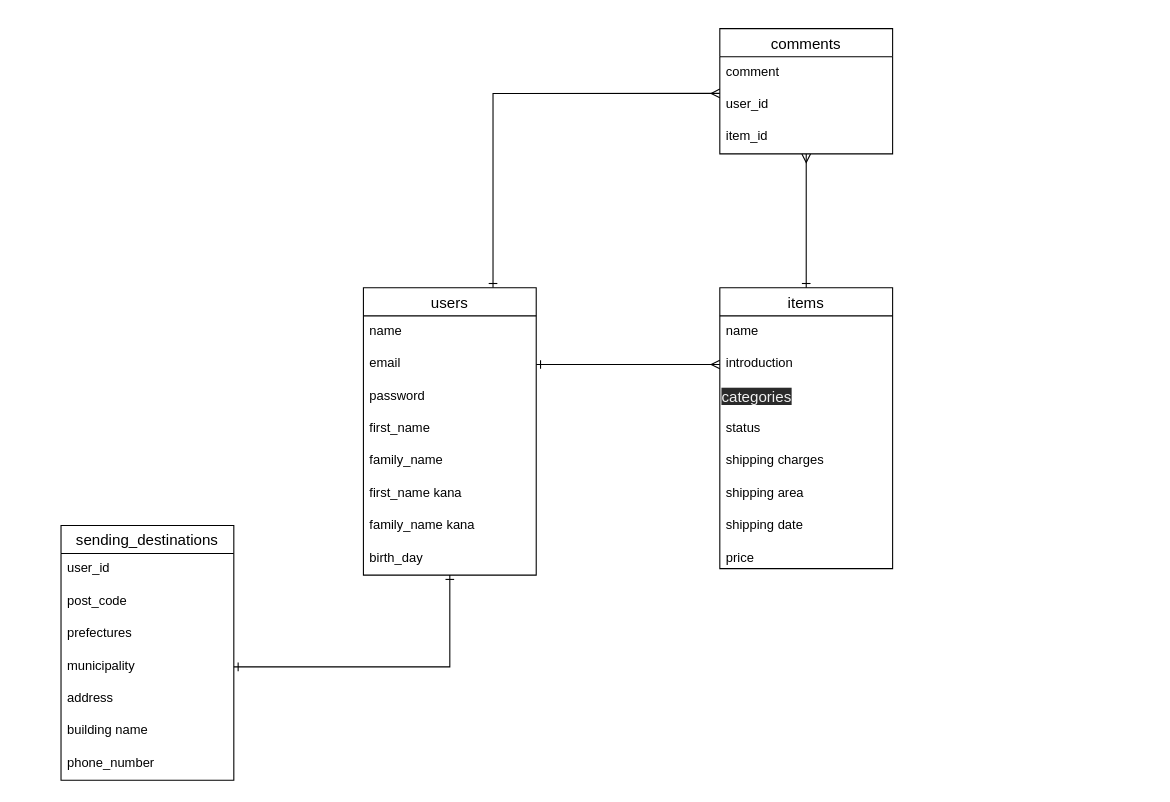
This is ER.dio from nitou0414/furima-29572, a draw.io file, before an edit. Source tidied: cells renumbered, new cells numbered last; positions are measured from the earlier drawing's top-left corner, leaving out a move shared by most shapes. Both pictures are drawn from the tidied source at 108%, with x=0, y=0 at pixel (60, 28).
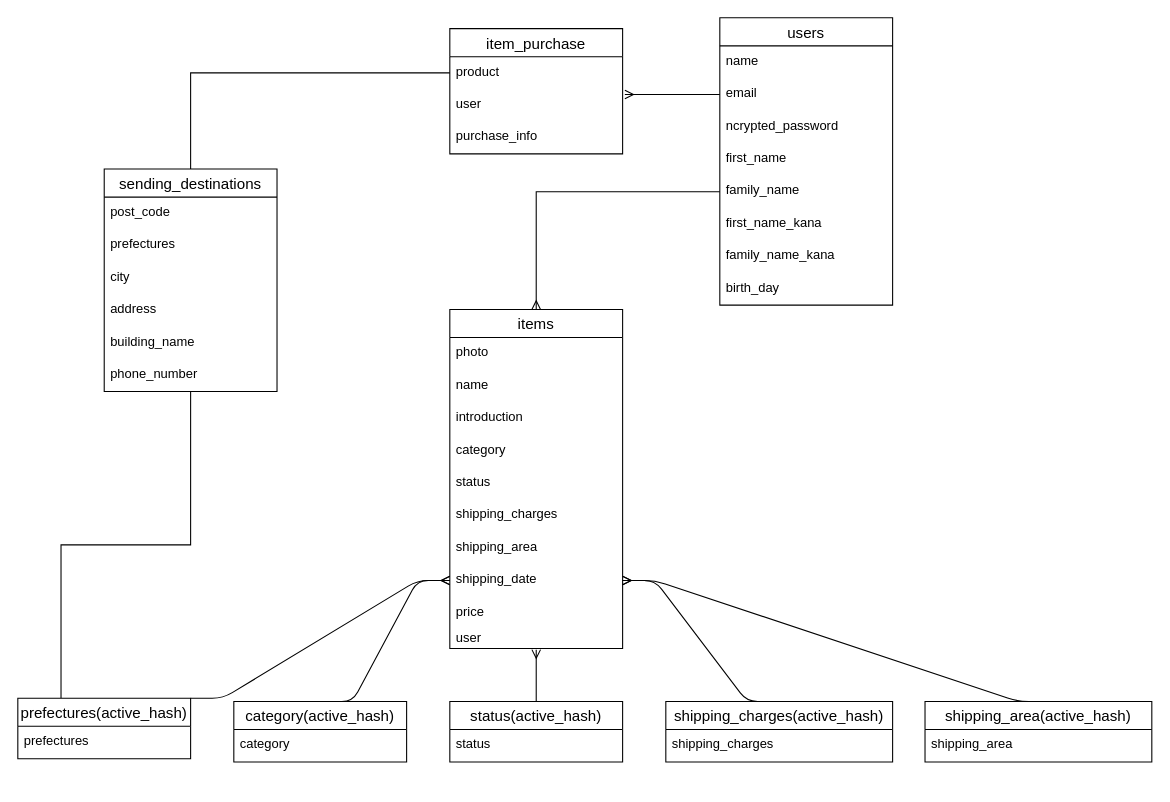
The same diagram, later.

Commit message (it also covers changes not shown here):
修正しました　2

The change refers to these unchanged cells:
```xml
<mxCell id="6" value="email" style="text;strokeColor=none;fillColor=none;spacingLeft=4;spacingRight=4;overflow=hidden;points=[[0,0.5],[1,0.5]];portConstraint=eastwest;fontSize=12;" parent="4" vertex="1">
  <mxGeometry y="56" width="160" height="30" as="geometry" />
</mxCell>
<mxCell id="9" value="family_name" style="text;strokeColor=none;fillColor=none;spacingLeft=4;spacingRight=4;overflow=hidden;points=[[0,0.5],[1,0.5]];portConstraint=eastwest;fontSize=12;" parent="4" vertex="1">
  <mxGeometry y="146" width="160" height="30" as="geometry" />
</mxCell>
```

Change to the diagram source:
```diff
@@
-    <mxCell id="2" style="edgeStyle=orthogonalEdgeStyle;rounded=0;jettySize=auto;html=1;exitX=0.75;exitY=0;exitDx=0;exitDy=0;entryX=0;entryY=0.133;entryDx=0;entryDy=0;entryPerimeter=0;startArrow=ERone;startFill=0;endArrow=ERmany;endFill=0;" parent="1" edge="1" source="4" target="26">
-      <mxGeometry relative="1" as="geometry" />
-    </mxCell>
-    <mxCell id="3" style="edgeStyle=orthogonalEdgeStyle;rounded=0;jettySize=auto;html=1;entryX=1;entryY=0.5;entryDx=0;entryDy=0;startArrow=ERone;startFill=0;endArrow=ERone;endFill=0;" parent="1" edge="1" source="4" target="32">
-      <mxGeometry relative="1" as="geometry" />
-    </mxCell>
     <mxCell id="4" value="users" style="swimlane;fontStyle=0;horizontal=1;startSize=26;align=center;fontSize=14;" parent="1" vertex="1">
-      <mxGeometry x="280" y="240" width="160" height="266" as="geometry" />
+      <mxGeometry x="610" y="-10" width="160" height="266" as="geometry" />
     </mxCell>
@@
-    <mxCell id="7" value="password" style="text;strokeColor=none;fillColor=none;spacingLeft=4;spacingRight=4;overflow=hidden;fontSize=12;" parent="4" vertex="1">
+    <mxCell id="7" value="ncrypted_password" style="text;strokeColor=none;fillColor=none;spacingLeft=4;spacingRight=4;overflow=hidden;fontSize=12;" parent="4" vertex="1">
       <mxGeometry y="86" width="160" height="30" as="geometry" />
     </mxCell>
@@
-    <mxCell id="10" value="first_name kana" style="text;strokeColor=none;fillColor=none;spacingLeft=4;spacingRight=4;overflow=hidden;fontSize=12;" parent="4" vertex="1">
+    <mxCell id="10" value="first_name_kana" style="text;strokeColor=none;fillColor=none;spacingLeft=4;spacingRight=4;overflow=hidden;fontSize=12;" parent="4" vertex="1">
       <mxGeometry y="176" width="160" height="30" as="geometry" />
     </mxCell>
-    <mxCell id="11" value="family_name kana" style="text;strokeColor=none;fillColor=none;spacingLeft=4;spacingRight=4;overflow=hidden;fontSize=12;" parent="4" vertex="1">
+    <mxCell id="11" value="family_name_kana" style="text;strokeColor=none;fillColor=none;spacingLeft=4;spacingRight=4;overflow=hidden;fontSize=12;" parent="4" vertex="1">
       <mxGeometry y="206" width="160" height="30" as="geometry" />
     </mxCell>
@@
     <mxCell id="13" value="items" style="swimlane;fontStyle=0;horizontal=1;startSize=26;align=center;fontSize=14;" parent="1" vertex="1">
-      <mxGeometry x="610" y="240" width="160" height="260" as="geometry" />
+      <mxGeometry x="360" y="260" width="160" height="314" as="geometry" />
     </mxCell>
-    <mxCell id="14" value="name" style="text;strokeColor=none;fillColor=none;spacingLeft=4;spacingRight=4;overflow=hidden;fontSize=12;" parent="13" vertex="1">
+    <mxCell id="14" value="photo" style="text;strokeColor=none;fillColor=none;spacingLeft=4;spacingRight=4;overflow=hidden;fontSize=12;" parent="13" vertex="1">
       <mxGeometry y="26" width="160" height="30" as="geometry" />
     </mxCell>
+    <mxCell id="36" value="name" style="text;strokeColor=none;fillColor=none;spacingLeft=4;spacingRight=4;overflow=hidden;fontSize=12;" parent="13" vertex="1">
+      <mxGeometry y="56" width="160" height="30" as="geometry" />
+    </mxCell>
     <mxCell id="15" value="introduction" style="text;strokeColor=none;fillColor=none;spacingLeft=4;spacingRight=4;overflow=hidden;points=[[0,0.5],[1,0.5]];portConstraint=eastwest;fontSize=12;" parent="13" vertex="1">
-      <mxGeometry y="56" width="160" height="30" as="geometry" />
+      <mxGeometry y="86" width="160" height="30" as="geometry" />
     </mxCell>
-    <mxCell id="16" value="&lt;span style=&quot;color: rgb(240, 240, 240); font-family: helvetica; font-size: 14px; font-style: normal; font-weight: 400; letter-spacing: normal; text-align: center; text-indent: 0px; text-transform: none; word-spacing: 0px; background-color: rgb(42, 42, 42); display: inline; float: none;&quot;&gt;categories&lt;/span&gt;" style="text;whiteSpace=wrap;html=1;" parent="13" vertex="1">
-      <mxGeometry y="86" width="160" height="30" as="geometry" />
-    </mxCell>
-    <mxCell id="17" value="status" style="text;strokeColor=none;fillColor=none;spacingLeft=4;spacingRight=4;overflow=hidden;fontSize=12;" parent="13" vertex="1">
+    <mxCell id="17" value="category" style="text;strokeColor=none;fillColor=none;spacingLeft=4;spacingRight=4;overflow=hidden;fontSize=12;" parent="13" vertex="1">
       <mxGeometry y="116" width="160" height="30" as="geometry" />
     </mxCell>
+    <mxCell id="37" value="status" style="text;strokeColor=none;fillColor=none;spacingLeft=4;spacingRight=4;overflow=hidden;fontSize=12;" parent="13" vertex="1">
+      <mxGeometry y="146" width="160" height="30" as="geometry" />
+    </mxCell>
-    <mxCell id="18" value="shipping charges&#10;&#10;&#10;&#10;" style="text;strokeColor=none;fillColor=none;spacingLeft=4;spacingRight=4;overflow=hidden;fontSize=12;" parent="13" vertex="1">
-      <mxGeometry y="146" width="160" height="30" as="geometry" />
+    <mxCell id="18" value="shipping_charges" style="text;strokeColor=none;fillColor=none;spacingLeft=4;spacingRight=4;overflow=hidden;fontSize=12;" parent="13" vertex="1">
+      <mxGeometry y="176" width="160" height="30" as="geometry" />
     </mxCell>
-    <mxCell id="19" value="shipping area" style="text;strokeColor=none;fillColor=none;spacingLeft=4;spacingRight=4;overflow=hidden;fontSize=12;" parent="13" vertex="1">
-      <mxGeometry y="176" width="160" height="30" as="geometry" />
+    <mxCell id="19" value="shipping_area" style="text;strokeColor=none;fillColor=none;spacingLeft=4;spacingRight=4;overflow=hidden;fontSize=12;" parent="13" vertex="1">
+      <mxGeometry y="206" width="160" height="30" as="geometry" />
     </mxCell>
-    <mxCell id="20" value="shipping date" style="text;strokeColor=none;fillColor=none;spacingLeft=4;spacingRight=4;overflow=hidden;points=[[0,0.5],[1,0.5]];portConstraint=eastwest;fontSize=12;" parent="13" vertex="1">
-      <mxGeometry y="206" width="160" height="30" as="geometry" />
+    <mxCell id="20" value="shipping_date" style="text;strokeColor=none;fillColor=none;spacingLeft=4;spacingRight=4;overflow=hidden;points=[[0,0.5],[1,0.5]];portConstraint=eastwest;fontSize=12;" parent="13" vertex="1">
+      <mxGeometry y="236" width="160" height="30" as="geometry" />
     </mxCell>
     <mxCell id="21" value="price" style="text;strokeColor=none;fillColor=none;spacingLeft=4;spacingRight=4;overflow=hidden;fontSize=12;" parent="13" vertex="1">
-      <mxGeometry y="236" width="160" height="24" as="geometry" />
+      <mxGeometry y="266" width="160" height="24" as="geometry" />
     </mxCell>
-    <mxCell id="22" style="edgeStyle=orthogonalEdgeStyle;rounded=0;jettySize=auto;html=1;entryX=0;entryY=0.5;entryDx=0;entryDy=0;startArrow=ERone;startFill=0;endArrow=ERmany;endFill=0;" parent="1" edge="1" source="6" target="15">
-      <mxGeometry relative="1" as="geometry" />
-    </mxCell>
-    <mxCell id="23" style="edgeStyle=orthogonalEdgeStyle;rounded=0;jettySize=auto;html=1;startArrow=ERmany;startFill=0;endArrow=ERone;endFill=0;entryX=0.5;entryY=0;entryDx=0;entryDy=0;" parent="1" edge="1" source="24" target="13">
-      <mxGeometry relative="1" as="geometry" />
-    </mxCell>
-    <mxCell id="24" value="comments" style="swimlane;fontStyle=0;horizontal=1;startSize=26;align=center;fontSize=14;" parent="1" vertex="1">
-      <mxGeometry x="610" width="160" height="116" as="geometry" />
-    </mxCell>
-    <mxCell id="25" value="comment" style="text;strokeColor=none;fillColor=none;spacingLeft=4;spacingRight=4;overflow=hidden;fontSize=12;" parent="24" vertex="1">
-      <mxGeometry y="26" width="160" height="30" as="geometry" />
-    </mxCell>
-    <mxCell id="26" value="user_id" style="text;strokeColor=none;fillColor=none;spacingLeft=4;spacingRight=4;overflow=hidden;points=[[0,0.5],[1,0.5]];portConstraint=eastwest;fontSize=12;" parent="24" vertex="1">
-      <mxGeometry y="56" width="160" height="30" as="geometry" />
-    </mxCell>
-    <mxCell id="27" value="item_id" style="text;strokeColor=none;fillColor=none;spacingLeft=4;spacingRight=4;overflow=hidden;fontSize=12;" parent="24" vertex="1">
-      <mxGeometry y="86" width="160" height="30" as="geometry" />
-    </mxCell>
+    <mxCell id="38" value="user" style="text;strokeColor=none;fillColor=none;spacingLeft=4;spacingRight=4;overflow=hidden;points=[[0,0.5],[1,0.5]];portConstraint=eastwest;fontSize=12;" parent="13" vertex="1">
+      <mxGeometry y="290" width="160" height="24" as="geometry" />
+    </mxCell>
+    <mxCell id="39" style="edgeStyle=orthogonalEdgeStyle;rounded=0;jettySize=auto;html=1;entryX=0.25;entryY=0;entryDx=0;entryDy=0;startArrow=none;startFill=0;endArrow=none;endFill=0;" parent="1" edge="1" source="28" target="44">
+      <mxGeometry relative="1" as="geometry" />
+    </mxCell>
     <mxCell id="28" value="sending_destinations" style="swimlane;fontStyle=0;horizontal=1;startSize=26;align=center;fontSize=14;" parent="1" vertex="1">
-      <mxGeometry y="460" width="160" height="236" as="geometry" />
+      <mxGeometry x="40" y="130" width="160" height="206" as="geometry" />
     </mxCell>
-    <mxCell id="29" value="user_id" style="text;strokeColor=none;fillColor=none;spacingLeft=4;spacingRight=4;overflow=hidden;fontSize=12;" parent="28" vertex="1">
-      <mxGeometry y="26" width="160" height="30" as="geometry" />
-    </mxCell>
     <mxCell id="30" value="post_code" style="text;strokeColor=none;fillColor=none;spacingLeft=4;spacingRight=4;overflow=hidden;fontSize=12;" parent="28" vertex="1">
-      <mxGeometry y="56" width="160" height="30" as="geometry" />
+      <mxGeometry y="26" width="160" height="30" as="geometry" />
     </mxCell>
     <mxCell id="31" value="prefectures" style="text;strokeColor=none;fillColor=none;spacingLeft=4;spacingRight=4;overflow=hidden;fontSize=12;" parent="28" vertex="1">
-      <mxGeometry y="86" width="160" height="30" as="geometry" />
+      <mxGeometry y="56" width="160" height="30" as="geometry" />
     </mxCell>
-    <mxCell id="32" value="municipality" style="text;strokeColor=none;fillColor=none;spacingLeft=4;spacingRight=4;overflow=hidden;points=[[0,0.5],[1,0.5]];portConstraint=eastwest;fontSize=12;" parent="28" vertex="1">
-      <mxGeometry y="116" width="160" height="30" as="geometry" />
+    <mxCell id="32" value="city" style="text;strokeColor=none;fillColor=none;spacingLeft=4;spacingRight=4;overflow=hidden;points=[[0,0.5],[1,0.5]];portConstraint=eastwest;fontSize=12;" parent="28" vertex="1">
+      <mxGeometry y="86" width="160" height="30" as="geometry" />
     </mxCell>
     <mxCell id="33" value="address" style="text;strokeColor=none;fillColor=none;spacingLeft=4;spacingRight=4;overflow=hidden;fontSize=12;" parent="28" vertex="1">
-      <mxGeometry y="146" width="160" height="30" as="geometry" />
+      <mxGeometry y="116" width="160" height="30" as="geometry" />
     </mxCell>
-    <mxCell id="34" value="building name" style="text;strokeColor=none;fillColor=none;spacingLeft=4;spacingRight=4;overflow=hidden;fontSize=12;" parent="28" vertex="1">
-      <mxGeometry y="176" width="160" height="30" as="geometry" />
+    <mxCell id="34" value="building_name" style="text;strokeColor=none;fillColor=none;spacingLeft=4;spacingRight=4;overflow=hidden;fontSize=12;" parent="28" vertex="1">
+      <mxGeometry y="146" width="160" height="30" as="geometry" />
     </mxCell>
     <mxCell id="35" value="phone_number" style="text;strokeColor=none;fillColor=none;spacingLeft=4;spacingRight=4;overflow=hidden;fontSize=12;" parent="28" vertex="1">
-      <mxGeometry y="206" width="160" height="30" as="geometry" />
+      <mxGeometry y="176" width="160" height="30" as="geometry" />
     </mxCell>
+    <mxCell id="40" value="item_purchase" style="swimlane;fontStyle=0;horizontal=1;startSize=26;align=center;fontSize=14;" parent="1" vertex="1">
+      <mxGeometry x="360" width="160" height="116" as="geometry" />
+    </mxCell>
+    <mxCell id="41" value="product" style="text;strokeColor=none;fillColor=none;spacingLeft=4;spacingRight=4;overflow=hidden;points=[[0,0.5],[1,0.5]];portConstraint=eastwest;fontSize=12;" parent="40" vertex="1">
+      <mxGeometry y="26" width="160" height="30" as="geometry" />
+    </mxCell>
+    <mxCell id="42" value="user" style="text;strokeColor=none;fillColor=none;spacingLeft=4;spacingRight=4;overflow=hidden;points=[[0,0.5],[1,0.5]];portConstraint=eastwest;fontSize=12;" parent="40" vertex="1">
+      <mxGeometry y="56" width="160" height="30" as="geometry" />
+    </mxCell>
+    <mxCell id="43" value="purchase_info" style="text;strokeColor=none;fillColor=none;spacingLeft=4;spacingRight=4;overflow=hidden;fontSize=12;" parent="40" vertex="1">
+      <mxGeometry y="86" width="160" height="30" as="geometry" />
+    </mxCell>
+    <mxCell id="44" value="prefectures(active_hash)" style="swimlane;fontStyle=0;horizontal=1;startSize=26;align=center;fontSize=14;" parent="1" vertex="1">
+      <mxGeometry x="-40" y="620" width="160" height="56" as="geometry" />
+    </mxCell>
+    <mxCell id="45" value="prefectures" style="text;strokeColor=none;fillColor=none;spacingLeft=4;spacingRight=4;overflow=hidden;fontSize=12;" parent="44" vertex="1">
+      <mxGeometry y="26" width="160" height="30" as="geometry" />
+    </mxCell>
+    <mxCell id="46" value="category(active_hash)" style="swimlane;fontStyle=0;horizontal=1;startSize=26;align=center;fontSize=14;" parent="1" vertex="1">
+      <mxGeometry x="160" y="623" width="160" height="56" as="geometry" />
+    </mxCell>
+    <mxCell id="47" value="category" style="text;strokeColor=none;fillColor=none;spacingLeft=4;spacingRight=4;overflow=hidden;fontSize=12;" parent="46" vertex="1">
+      <mxGeometry y="26" width="160" height="30" as="geometry" />
+    </mxCell>
+    <mxCell id="48" style="edgeStyle=orthogonalEdgeStyle;rounded=0;jettySize=auto;html=1;startArrow=none;startFill=0;endArrow=ERmany;endFill=0;entryX=0.5;entryY=1.042;entryDx=0;entryDy=0;entryPerimeter=0;" parent="1" edge="1" source="49" target="38">
+      <mxGeometry relative="1" as="geometry" />
+    </mxCell>
+    <mxCell id="49" value="status(active_hash)" style="swimlane;fontStyle=0;horizontal=1;startSize=26;align=center;fontSize=14;" parent="1" vertex="1">
+      <mxGeometry x="360" y="623" width="160" height="56" as="geometry" />
+    </mxCell>
+    <mxCell id="50" value="status" style="text;strokeColor=none;fillColor=none;spacingLeft=4;spacingRight=4;overflow=hidden;fontSize=12;" parent="49" vertex="1">
+      <mxGeometry y="26" width="160" height="30" as="geometry" />
+    </mxCell>
+    <mxCell id="51" value="shipping_charges(active_hash)" style="swimlane;fontStyle=0;horizontal=1;startSize=26;align=center;fontSize=14;" parent="1" vertex="1">
+      <mxGeometry x="560" y="623" width="210" height="56" as="geometry" />
+    </mxCell>
+    <mxCell id="52" value="shipping_charges" style="text;strokeColor=none;fillColor=none;spacingLeft=4;spacingRight=4;overflow=hidden;fontSize=12;" parent="51" vertex="1">
+      <mxGeometry y="26" width="210" height="30" as="geometry" />
+    </mxCell>
+    <mxCell id="53" value="shipping_area(active_hash)" style="swimlane;fontStyle=0;horizontal=1;startSize=26;align=center;fontSize=14;" parent="1" vertex="1">
+      <mxGeometry x="800" y="623" width="210" height="56" as="geometry" />
+    </mxCell>
+    <mxCell id="54" value="shipping_area" style="text;strokeColor=none;fillColor=none;spacingLeft=4;spacingRight=4;overflow=hidden;fontSize=12;" parent="53" vertex="1">
+      <mxGeometry y="26" width="210" height="30" as="geometry" />
+    </mxCell>
+    <mxCell id="55" style="edgeStyle=orthogonalEdgeStyle;rounded=0;jettySize=auto;html=1;exitX=0;exitY=0.5;exitDx=0;exitDy=0;entryX=1.013;entryY=0.167;entryDx=0;entryDy=0;entryPerimeter=0;startArrow=none;startFill=0;endArrow=ERmany;endFill=0;" parent="1" edge="1" source="6" target="42">
+      <mxGeometry relative="1" as="geometry" />
+    </mxCell>
+    <mxCell id="56" style="edgeStyle=orthogonalEdgeStyle;rounded=0;jettySize=auto;html=1;entryX=0.5;entryY=0;entryDx=0;entryDy=0;startArrow=none;startFill=0;endArrow=ERmany;endFill=0;" parent="1" edge="1" source="9" target="13">
+      <mxGeometry relative="1" as="geometry" />
+    </mxCell>
+    <mxCell id="57" style="edgeStyle=orthogonalEdgeStyle;rounded=0;jettySize=auto;html=1;entryX=0.5;entryY=0;entryDx=0;entryDy=0;startArrow=none;startFill=0;endArrow=none;endFill=0;" parent="1" edge="1" source="41" target="28">
+      <mxGeometry relative="1" as="geometry" />
+    </mxCell>
+    <mxCell id="58" style="edgeStyle=entityRelationEdgeStyle;fontSize=12;html=1;endArrow=ERmany;entryX=0;entryY=0.5;entryDx=0;entryDy=0;" parent="1" edge="1" target="20">
+      <mxGeometry relative="1" as="geometry">
+        <mxPoint x="120" y="620" as="sourcePoint" />
+      </mxGeometry>
+    </mxCell>
+    <mxCell id="59" style="edgeStyle=entityRelationEdgeStyle;fontSize=12;html=1;endArrow=ERmany;entryX=0;entryY=0.5;entryDx=0;entryDy=0;exitX=0.5;exitY=0;exitDx=0;exitDy=0;" parent="1" edge="1" source="46" target="20">
+      <mxGeometry relative="1" as="geometry" />
+    </mxCell>
+    <mxCell id="60" style="edgeStyle=entityRelationEdgeStyle;fontSize=12;html=1;endArrow=ERmany;entryX=1;entryY=0.5;entryDx=0;entryDy=0;exitX=0.5;exitY=0;exitDx=0;exitDy=0;" parent="1" edge="1" source="51" target="20">
+      <mxGeometry relative="1" as="geometry" />
+    </mxCell>
+    <mxCell id="61" style="edgeStyle=entityRelationEdgeStyle;fontSize=12;html=1;endArrow=ERmany;entryX=1;entryY=0.5;entryDx=0;entryDy=0;exitX=0.552;exitY=0;exitDx=0;exitDy=0;exitPerimeter=0;" parent="1" edge="1" source="53" target="20">
+      <mxGeometry relative="1" as="geometry" />
+    </mxCell>
```
